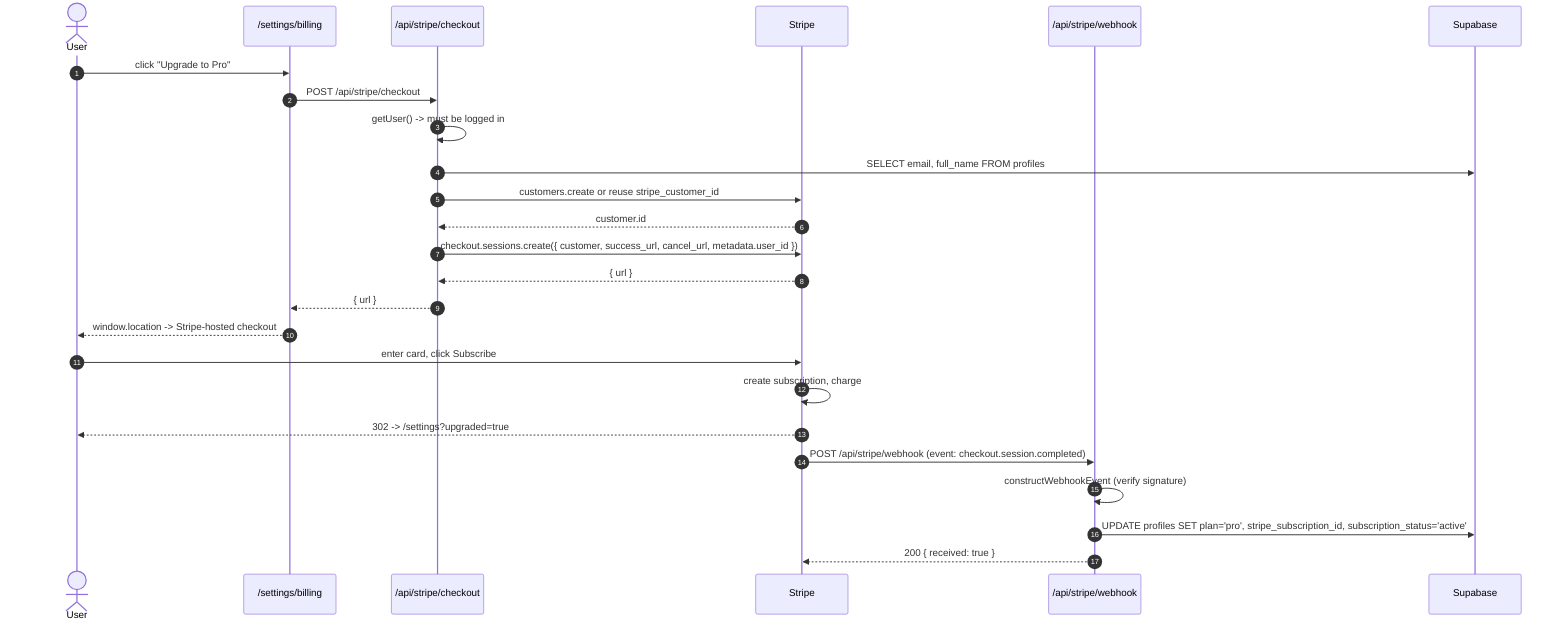
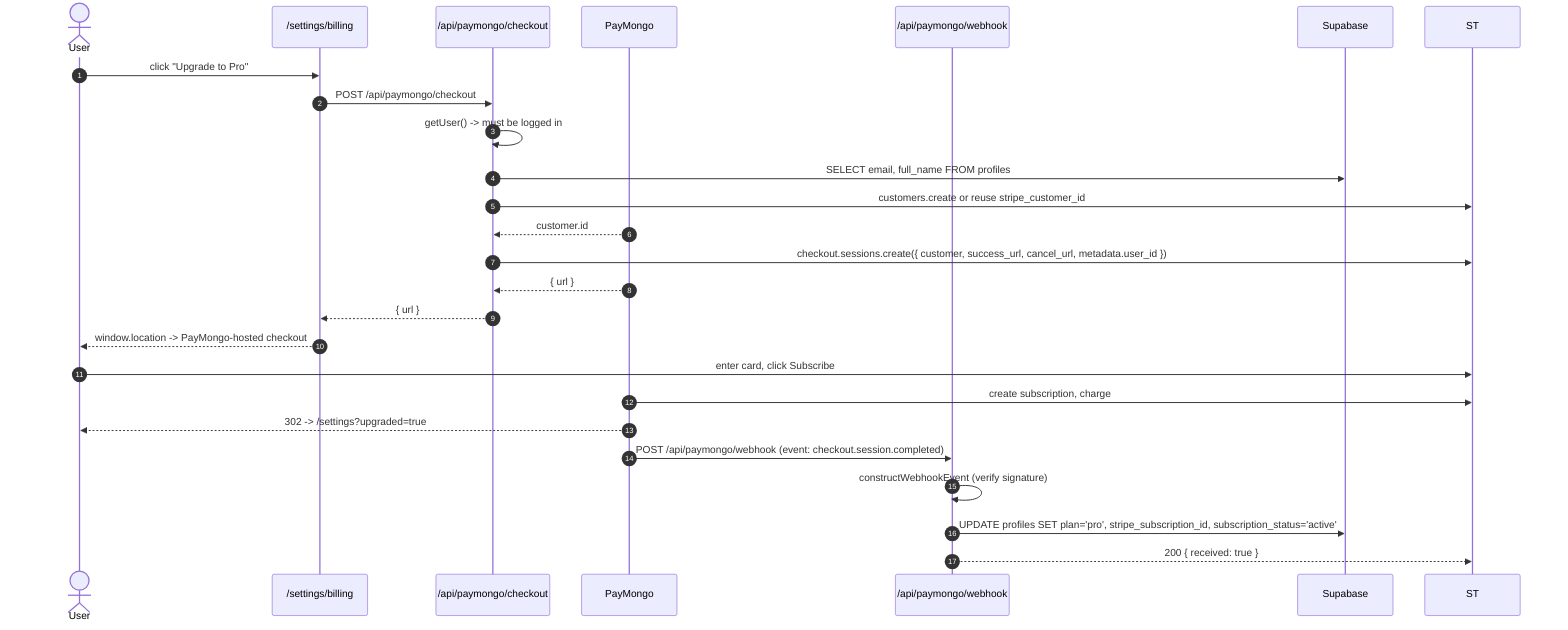
sequenceDiagram
    autonumber
    actor U as User
    participant S as /settings/billing
-     participant API as /api/stripe/checkout
-     participant ST as Stripe
-     participant WH as /api/stripe/webhook
+     participant API as /api/paymongo/checkout
+     participant PM as PayMongo
+     participant WH as /api/paymongo/webhook
    participant DB as Supabase

    U->>S: click "Upgrade to Pro"
-     S->>API: POST /api/stripe/checkout
+     S->>API: POST /api/paymongo/checkout
    API->>API: getUser() -> must be logged in
    API->>DB: SELECT email, full_name FROM profiles
    API->>ST: customers.create or reuse stripe_customer_id
-     ST-->>API: customer.id
+     PM-->>API: customer.id
    API->>ST: checkout.sessions.create({ customer, success_url, cancel_url, metadata.user_id })
-     ST-->>API: { url }
+     PM-->>API: { url }
    API-->>S: { url }
-     S-->>U: window.location -> Stripe-hosted checkout
+     S-->>U: window.location -> PayMongo-hosted checkout

    U->>ST: enter card, click Subscribe
-     ST->>ST: create subscription, charge
-     ST-->>U: 302 -> /settings?upgraded=true
-     ST->>WH: POST /api/stripe/webhook (event: checkout.session.completed)
+     PM->>ST: create subscription, charge
+     PM-->>U: 302 -> /settings?upgraded=true
+     PM->>WH: POST /api/paymongo/webhook (event: checkout.session.completed)
    WH->>WH: constructWebhookEvent (verify signature)
    WH->>DB: UPDATE profiles SET plan='pro', stripe_subscription_id, subscription_status='active'
    WH-->>ST: 200 { received: true }